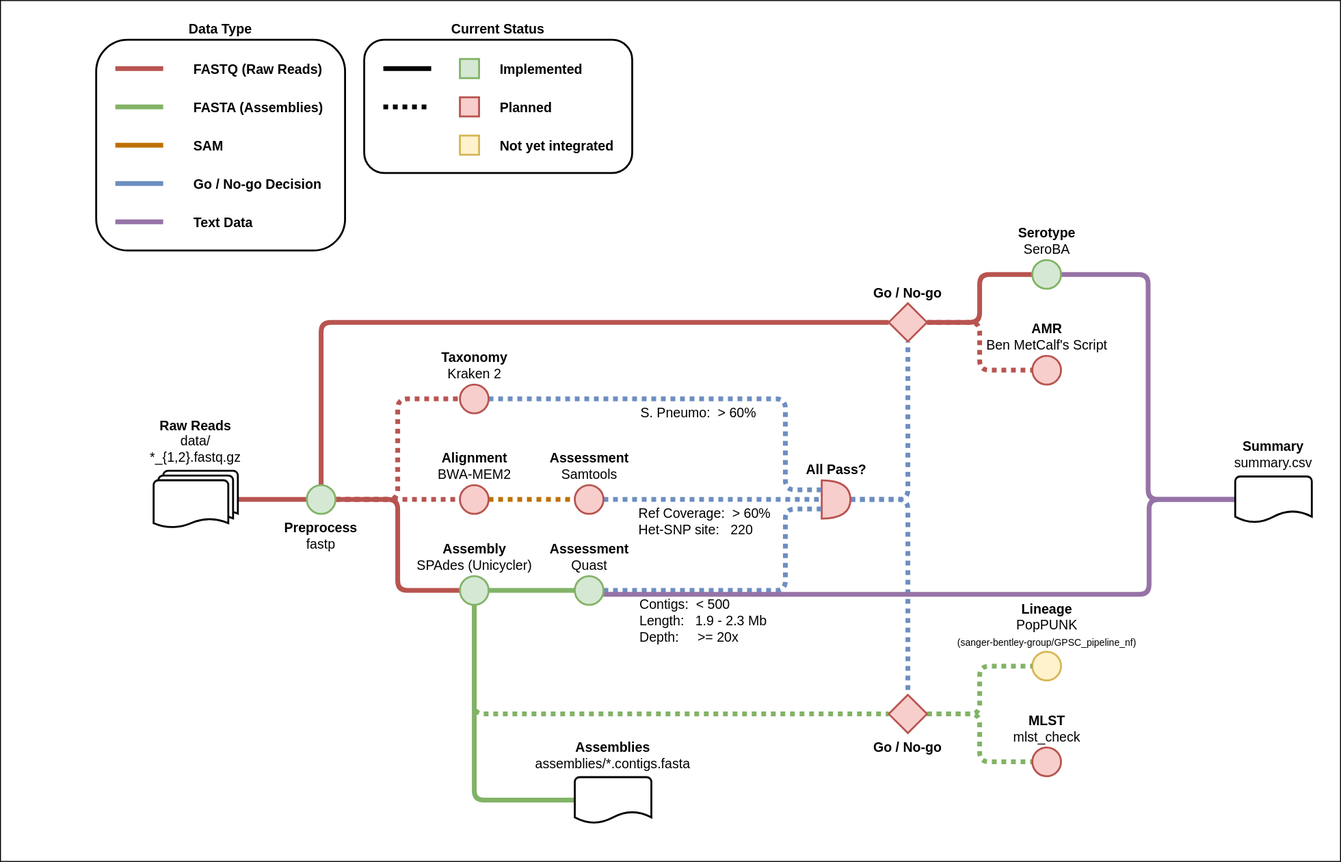
Before: doc/workflow.drawio.svg, a diagram exported from draw.io (sanger-bentley-group/gps-pipeline). Source tidied: cells renumbered, new cells last; positions are measured from the earlier drawing's top-left corner, leaving out a move shared by most shapes.
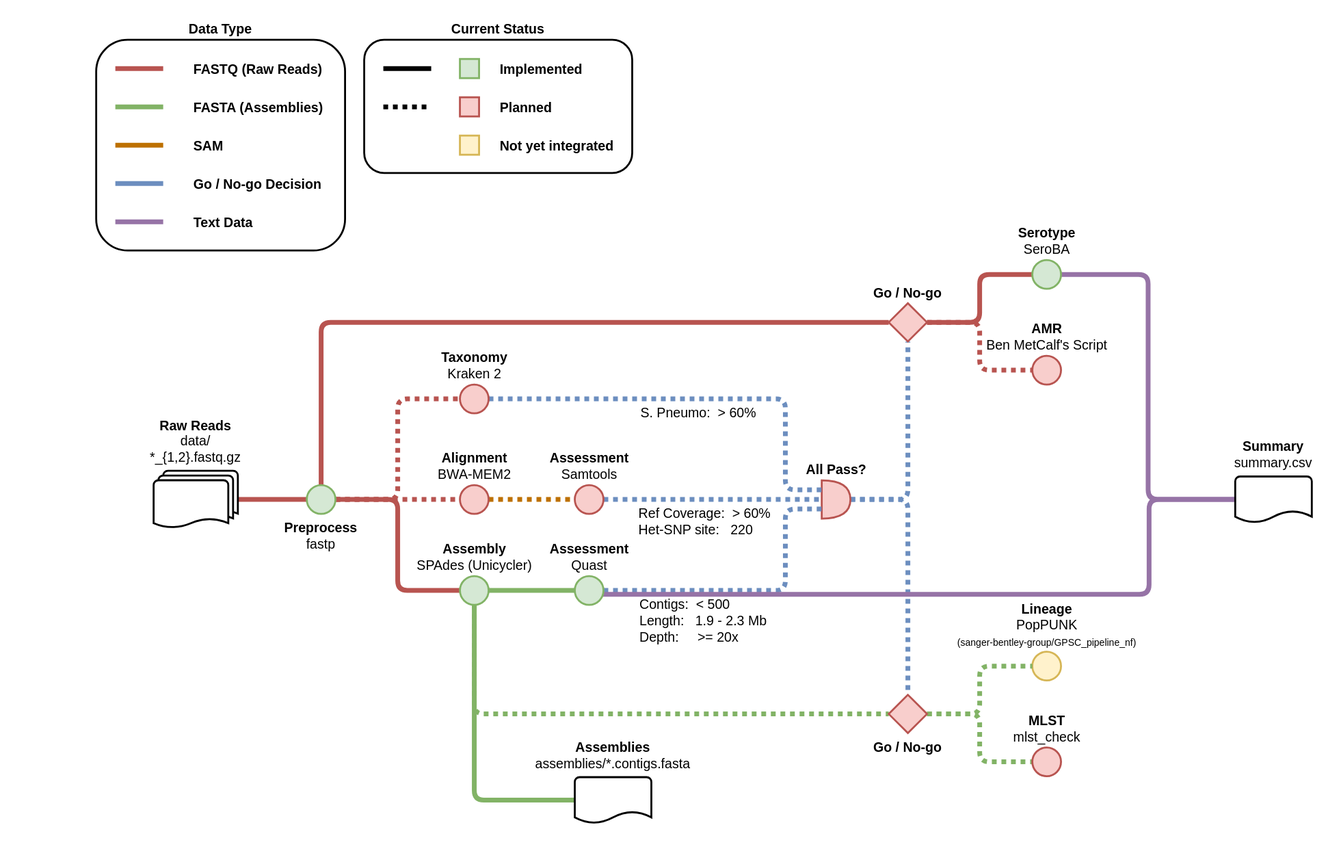
Above is the later version.

Commit message:
Correct chart background

The edit, as a diff of the source:
```diff
@@ -2,7 +2,7 @@
   <root>
     <mxCell id="0" />
     <mxCell id="1" parent="0" />
-    <mxCell id="2" style="rounded=0;whiteSpace=wrap;html=1;strokeColor=default;fillColor=none;gradientColor=none;" parent="1" vertex="1">
+    <mxCell id="2" style="rounded=0;whiteSpace=wrap;html=1;strokeColor=none;fillColor=default;gradientColor=none;" parent="1" vertex="1">
       <mxGeometry width="1400" height="899" as="geometry" />
     </mxCell>
     <mxCell id="3" value="&lt;b style=&quot;font-size: 14px;&quot;&gt;Current Status&lt;/b&gt;" style="rounded=1;whiteSpace=wrap;html=1;strokeWidth=2;fillColor=none;labelPosition=center;verticalLabelPosition=top;align=center;verticalAlign=bottom;fontSize=14;" parent="1" vertex="1">
```
